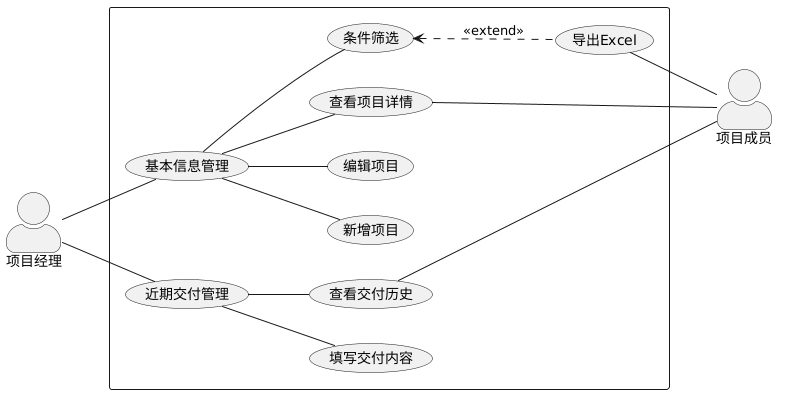
This is imgs/usecase/项目信息管理用例图.png from Moon-Knight1/SEU-Graduation-Thesis-Template, a PlantUML export, as it was before one commit.
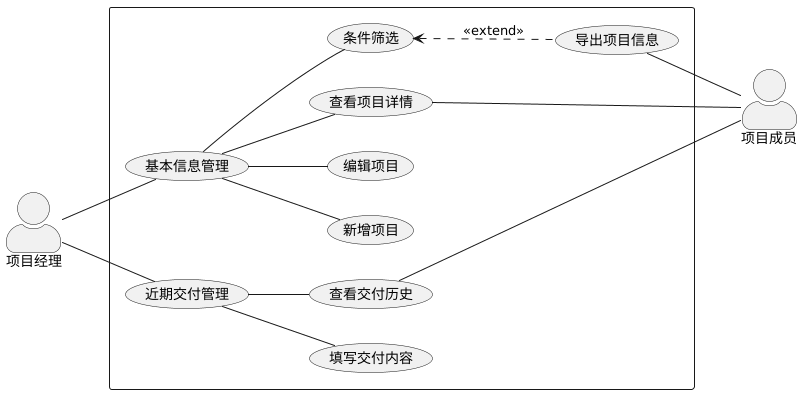
After the change.

What changed in the source:
```diff
@@ -17,7 +17,7 @@
     usecase "填写交付内容" as EditWeeklyReport
     usecase "查看交付历史" as ViewDeliveryHistory
 
-    usecase "导出Excel" as ExportExcel
+    usecase "导出项目信息" as ExportExcel
 }
 
 SPM -- ProjectBaseinfo
```
